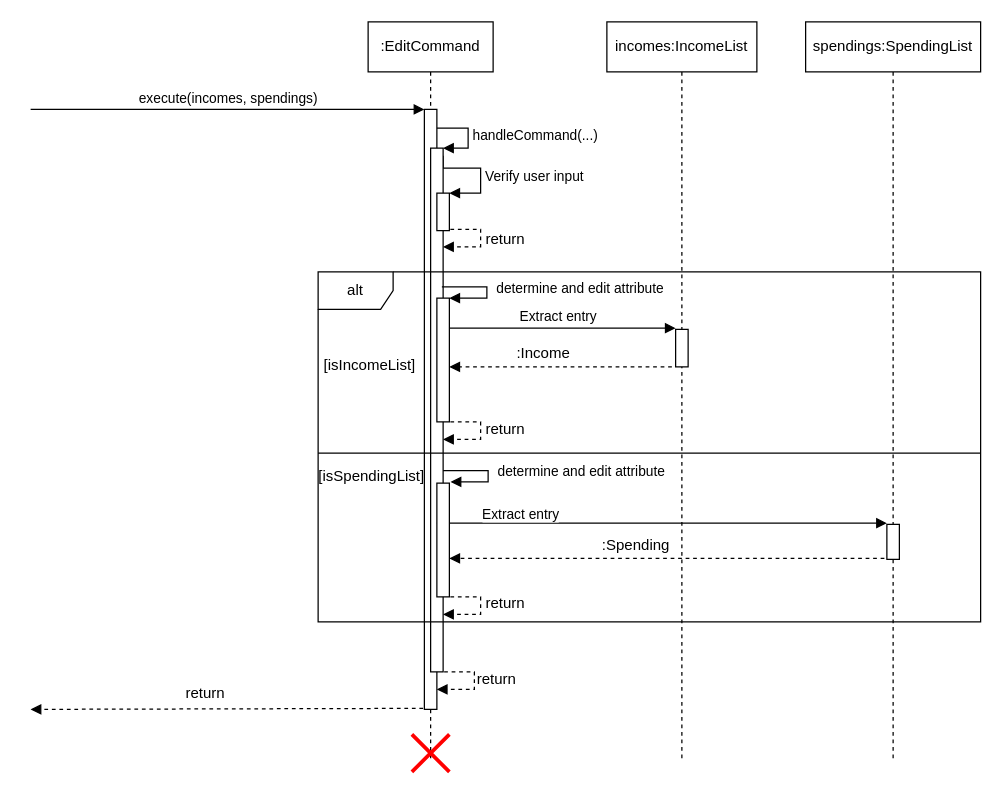
Before: docs/Diagrams/Commands/editCommandSequence.drawio in wongwh2002/CS2113TeamProject, a draw.io diagram. Source tidied: cells renumbered, new cells numbered last; positions are measured from the earlier drawing's top-left corner, leaving out a move shared by most shapes. Both pictures are drawn from the tidied source at 125%, with x=0, y=0 at pixel (30, 21).
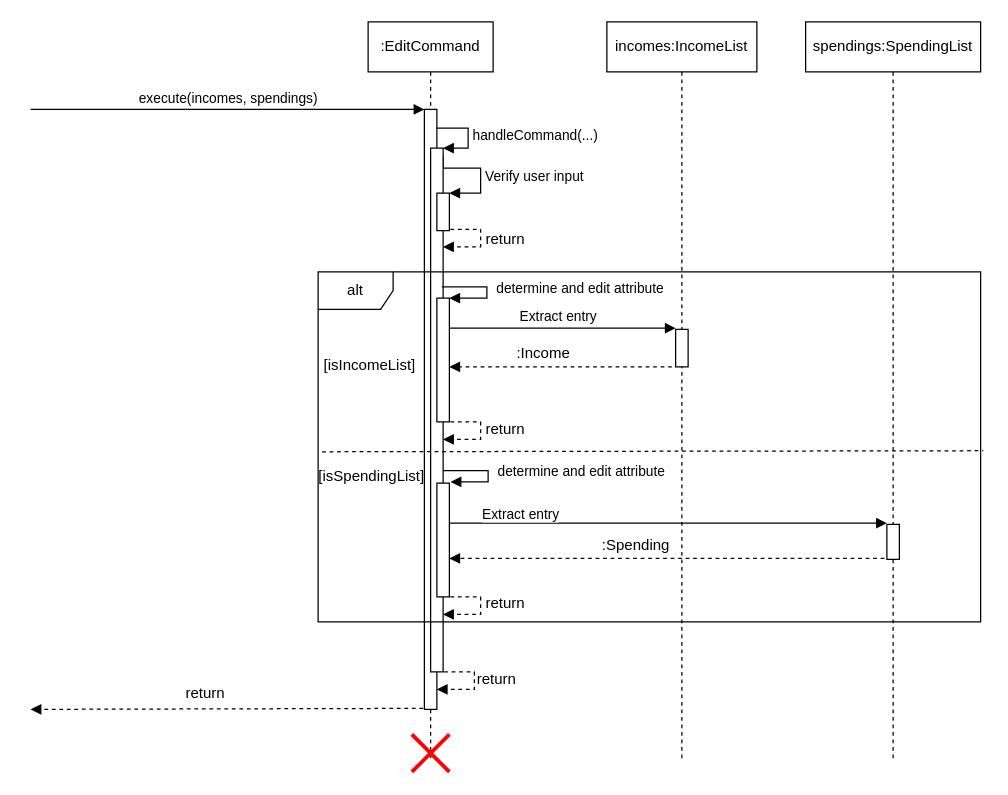
The same diagram, later.

Commit message (it also covers changes not shown here):
Fix alt dotted line

Unchanged cells that the change refers to:
```xml
<mxCell id="7" value="alt" style="shape=umlFrame;whiteSpace=wrap;html=1;" parent="1" vertex="1">
  <mxGeometry x="230" y="200" width="530" height="280" as="geometry" />
</mxCell>
```

Change to the diagram source:
```diff
@@
-    <mxCell id="9" style="line;strokeWidth=1;fillColor=none;align=left;verticalAlign=middle;spacingTop=-1;spacingLeft=3;spacingRight=3;labelPosition=right;strokeColor=inherit;" parent="1" vertex="1">
-      <mxGeometry x="230" y="341" width="530" height="8" as="geometry" />
-    </mxCell>
@@
+    <mxCell id="38" style="endArrow=none;dashed=1;html=1;rounded=0;entryX=1.004;entryY=0.511;entryDx=0;entryDy=0;entryPerimeter=0;exitX=0.006;exitY=0.514;exitDx=0;exitDy=0;exitPerimeter=0;" parent="1" edge="1" source="7" target="7">
+      <mxGeometry relative="1" as="geometry" />
+    </mxCell>
```
